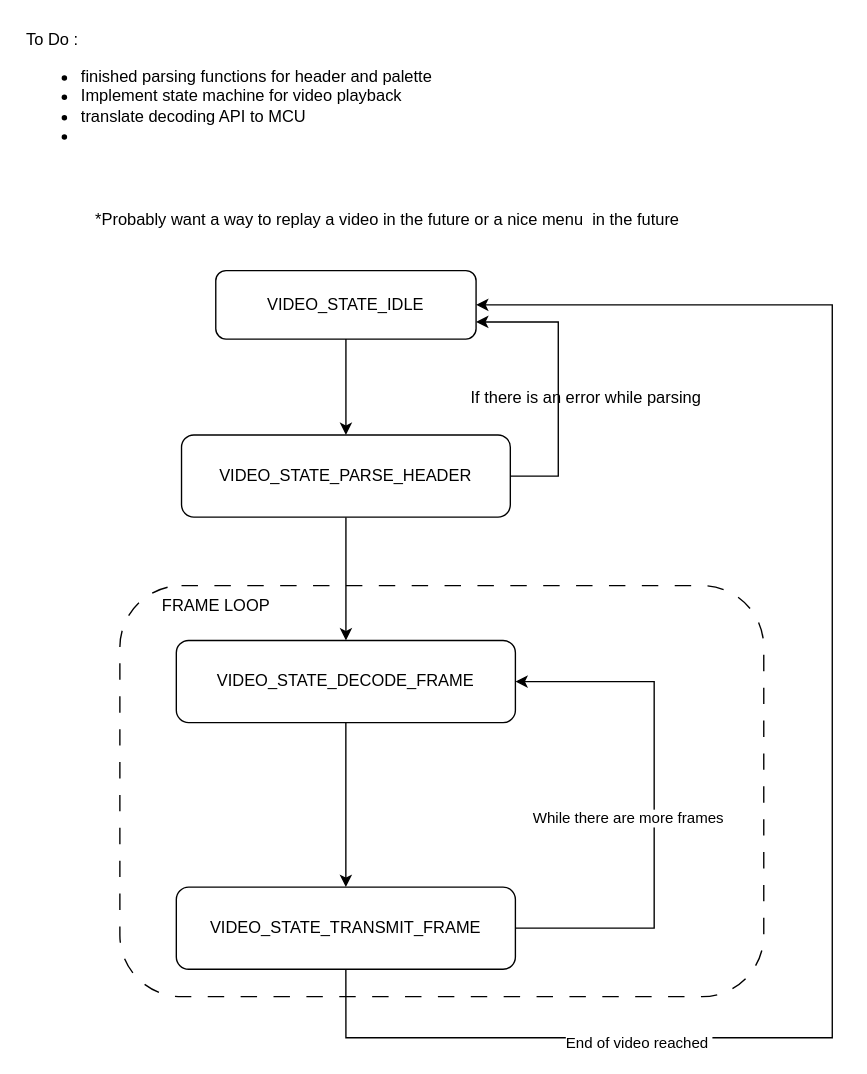
Before: docs/Software_Arch.drawio in evanwu03/embedded_video_codec, a draw.io diagram. Source tidied: cells renumbered, new cells numbered last; positions are measured from the earlier drawing's top-left corner, leaving out a move shared by most shapes. Both pictures are drawn from the tidied source at 137%, with x=0, y=0 at pixel (23, 23).
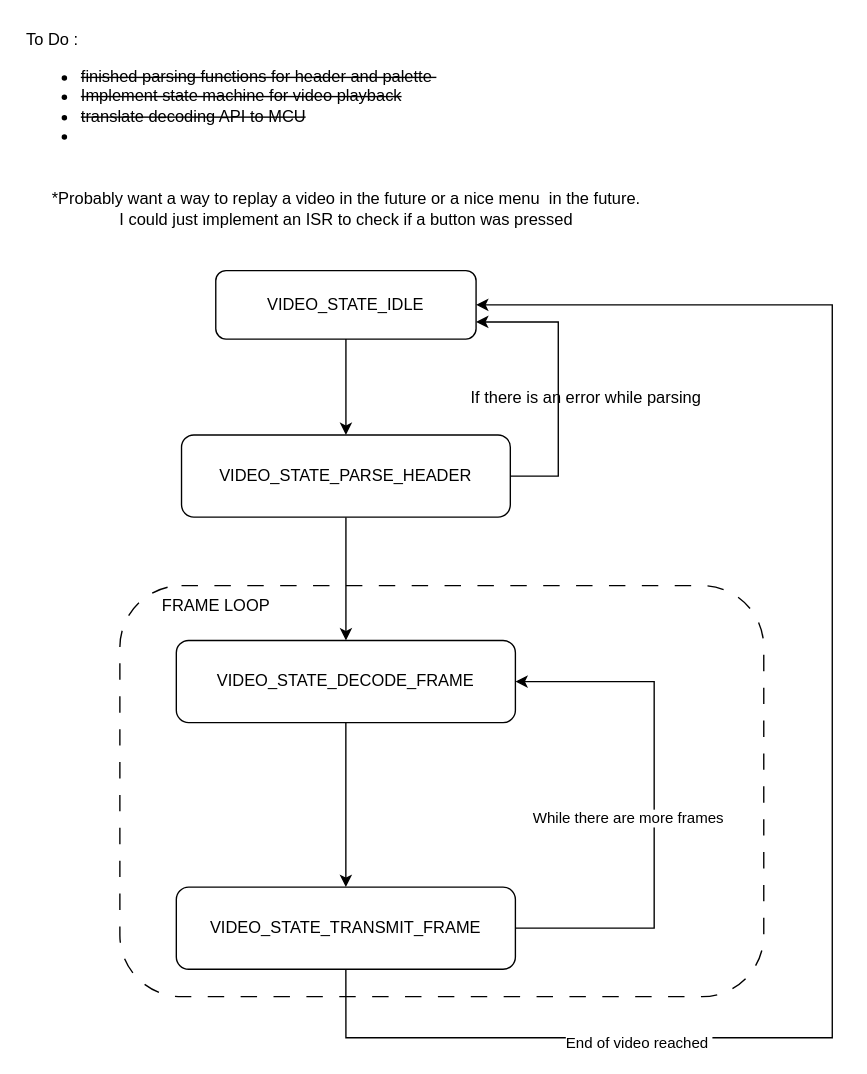
The same page after the edit.

Change to the diagram source:
```diff
@@
-    <mxCell id="3" value="To Do :&amp;nbsp;&lt;div&gt;&lt;ul&gt;&lt;li&gt;finished parsing functions for header and palette&amp;nbsp;&lt;/li&gt;&lt;li&gt;Implement state machine for video playback&lt;/li&gt;&lt;li&gt;translate decoding API to MCU&lt;/li&gt;&lt;li&gt;&lt;br&gt;&lt;/li&gt;&lt;/ul&gt;&lt;/div&gt;&lt;div&gt;&lt;br&gt;&lt;/div&gt;" style="text;html=1;align=left;verticalAlign=middle;strokeColor=none;fillColor=none;" parent="1" vertex="1">
+    <mxCell id="3" value="To Do :&amp;nbsp;&lt;div&gt;&lt;ul&gt;&lt;li&gt;&lt;strike&gt;finished parsing functions for header and palette&amp;nbsp;&lt;/strike&gt;&lt;/li&gt;&lt;li&gt;&lt;strike&gt;Implement state machine for video playback&lt;/strike&gt;&lt;/li&gt;&lt;li&gt;&lt;strike&gt;translate decoding API to MCU&lt;/strike&gt;&lt;/li&gt;&lt;li&gt;&lt;br&gt;&lt;/li&gt;&lt;/ul&gt;&lt;/div&gt;&lt;div&gt;&lt;br&gt;&lt;/div&gt;" style="text;html=1;align=left;verticalAlign=middle;strokeColor=none;fillColor=none;" parent="1" vertex="1">
       <mxGeometry width="320" height="120" as="geometry" />
     </mxCell>
@@
-    <mxCell id="17" value="*Probably want a way to replay a video in the future or a nice menu&amp;nbsp; in the future" style="text;html=1;align=center;verticalAlign=middle;strokeColor=none;fillColor=none;" parent="1" vertex="1">
-      <mxGeometry x="40" y="128" width="450" height="30" as="geometry" />
+    <mxCell id="17" value="*Probably want a way to replay a video in the future or a nice menu&amp;nbsp; in the future.&lt;div&gt;I could just implement an ISR to check if a button was pressed&lt;/div&gt;" style="text;html=1;align=center;verticalAlign=middle;strokeColor=none;fillColor=none;" parent="1" vertex="1">
+      <mxGeometry x="10" y="115" width="450" height="40" as="geometry" />
     </mxCell>
```
